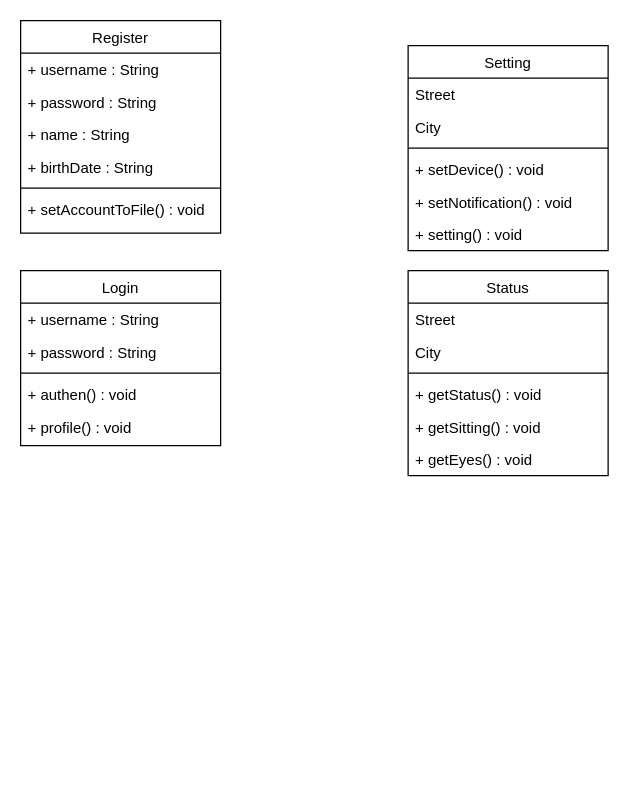
The draw.io diagram Design/Class_Diagram.drawio in astrrr/Right-posture, before the edit. Source tidied: cells renumbered, new cells numbered last; positions are measured from the earlier drawing's top-left corner, leaving out a move shared by most shapes. Both pictures are drawn from the tidied source at 125%, with x=0, y=0 at pixel (20, 20).
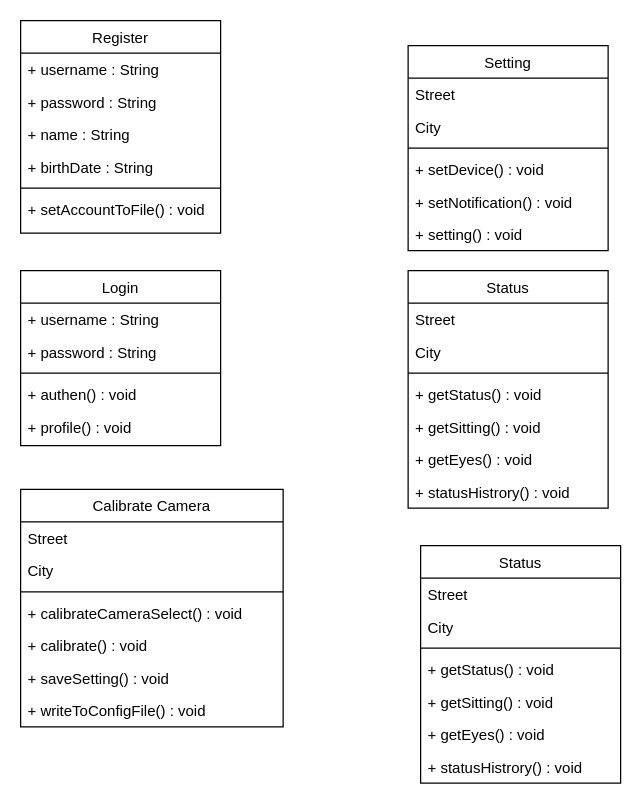
After the change.

Change to the diagram source:
```diff
@@
     <mxCell id="22" value="Status" style="swimlane;fontStyle=0;align=center;verticalAlign=top;horizontal=1;startSize=26;rounded=0;shadow=0;strokeWidth=1;" parent="1" vertex="1">
-      <mxGeometry x="310" y="200" width="160" height="164" as="geometry" />
+      <mxGeometry x="310" y="200" width="160" height="190" as="geometry" />
     </mxCell>
@@
+    <mxCell id="29" value="+ statusHistrory() : void" style="text;align=left;verticalAlign=top;spacingLeft=4;spacingRight=4;overflow=hidden;" parent="22" vertex="1">
+      <mxGeometry y="164" width="160" height="26" as="geometry" />
+    </mxCell>
+    <mxCell id="30" value="Calibrate Camera" style="swimlane;fontStyle=0;align=center;verticalAlign=top;horizontal=1;startSize=26;rounded=0;shadow=0;strokeWidth=1;" parent="1" vertex="1">
+      <mxGeometry y="375" width="210" height="190" as="geometry" />
+    </mxCell>
+    <mxCell id="31" value="Street" style="text;align=left;verticalAlign=top;spacingLeft=4;spacingRight=4;overflow=hidden;" parent="30" vertex="1">
+      <mxGeometry y="26" width="210" height="26" as="geometry" />
+    </mxCell>
+    <mxCell id="32" value="City" style="text;align=left;verticalAlign=top;spacingLeft=4;spacingRight=4;overflow=hidden;rounded=0;shadow=0;html=0;" parent="30" vertex="1">
+      <mxGeometry y="52" width="210" height="26" as="geometry" />
+    </mxCell>
+    <mxCell id="33" style="line;html=1;strokeWidth=1;align=left;verticalAlign=middle;spacingTop=-1;spacingLeft=3;spacingRight=3;labelPosition=right;" parent="30" vertex="1">
+      <mxGeometry y="78" width="210" height="8" as="geometry" />
+    </mxCell>
+    <mxCell id="34" value="+ calibrateCameraSelect() : void" style="text;align=left;verticalAlign=top;spacingLeft=4;spacingRight=4;overflow=hidden;" parent="30" vertex="1">
+      <mxGeometry y="86" width="210" height="26" as="geometry" />
+    </mxCell>
+    <mxCell id="35" value="+ calibrate() : void" style="text;align=left;verticalAlign=top;spacingLeft=4;spacingRight=4;overflow=hidden;" parent="30" vertex="1">
+      <mxGeometry y="112" width="210" height="26" as="geometry" />
+    </mxCell>
+    <mxCell id="36" value="+ saveSetting() : void" style="text;align=left;verticalAlign=top;spacingLeft=4;spacingRight=4;overflow=hidden;" parent="30" vertex="1">
+      <mxGeometry y="138" width="210" height="26" as="geometry" />
+    </mxCell>
+    <mxCell id="37" value="+ writeToConfigFile() : void" style="text;align=left;verticalAlign=top;spacingLeft=4;spacingRight=4;overflow=hidden;" parent="30" vertex="1">
+      <mxGeometry y="164" width="210" height="26" as="geometry" />
+    </mxCell>
+    <mxCell id="38" value="Status" style="swimlane;fontStyle=0;align=center;verticalAlign=top;horizontal=1;startSize=26;rounded=0;shadow=0;strokeWidth=1;" parent="1" vertex="1">
+      <mxGeometry x="320" y="420" width="160" height="190" as="geometry" />
+    </mxCell>
+    <mxCell id="39" value="Street" style="text;align=left;verticalAlign=top;spacingLeft=4;spacingRight=4;overflow=hidden;" parent="38" vertex="1">
+      <mxGeometry y="26" width="160" height="26" as="geometry" />
+    </mxCell>
+    <mxCell id="40" value="City" style="text;align=left;verticalAlign=top;spacingLeft=4;spacingRight=4;overflow=hidden;rounded=0;shadow=0;html=0;" parent="38" vertex="1">
+      <mxGeometry y="52" width="160" height="26" as="geometry" />
+    </mxCell>
+    <mxCell id="41" style="line;html=1;strokeWidth=1;align=left;verticalAlign=middle;spacingTop=-1;spacingLeft=3;spacingRight=3;labelPosition=right;" parent="38" vertex="1">
+      <mxGeometry y="78" width="160" height="8" as="geometry" />
+    </mxCell>
+    <mxCell id="42" value="+ getStatus() : void" style="text;align=left;verticalAlign=top;spacingLeft=4;spacingRight=4;overflow=hidden;" parent="38" vertex="1">
+      <mxGeometry y="86" width="160" height="26" as="geometry" />
+    </mxCell>
+    <mxCell id="43" value="+ getSitting() : void" style="text;align=left;verticalAlign=top;spacingLeft=4;spacingRight=4;overflow=hidden;" parent="38" vertex="1">
+      <mxGeometry y="112" width="160" height="26" as="geometry" />
+    </mxCell>
+    <mxCell id="44" value="+ getEyes() : void" style="text;align=left;verticalAlign=top;spacingLeft=4;spacingRight=4;overflow=hidden;" parent="38" vertex="1">
+      <mxGeometry y="138" width="160" height="26" as="geometry" />
+    </mxCell>
+    <mxCell id="45" value="+ statusHistrory() : void" style="text;align=left;verticalAlign=top;spacingLeft=4;spacingRight=4;overflow=hidden;" parent="38" vertex="1">
+      <mxGeometry y="164" width="160" height="26" as="geometry" />
+    </mxCell>
```
